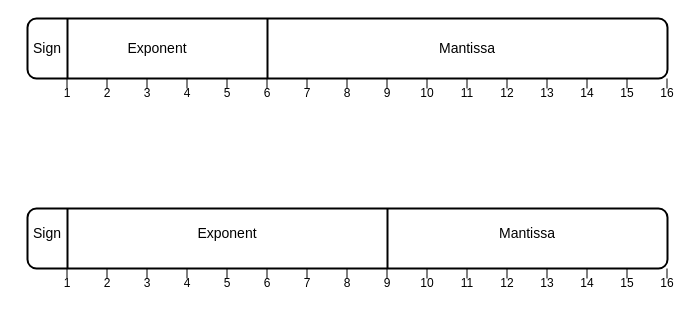
The draw.io diagram assets/float.drawio in data-niklas/master_thesis, before the edit. Source tidied: cells renumbered, new cells numbered last; positions are measured from the earlier drawing's top-left corner, leaving out a move shared by most shapes. Both pictures are drawn from the tidied source at 100%, with x=0, y=0 at pixel (17, 18).
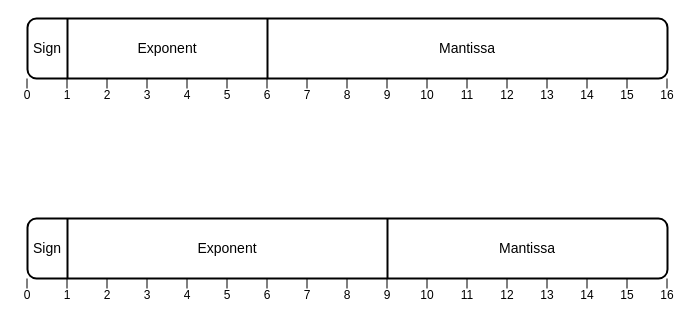
The same page after the edit.

What changed in the source:
```diff
@@
     <mxCell id="5" style="rounded=1;whiteSpace=wrap;html=1;fillColor=default;strokeWidth=2;" parent="1" vertex="1">
-      <mxGeometry x="10" y="190" width="640" height="60" as="geometry" />
+      <mxGeometry x="10" y="200" width="640" height="60" as="geometry" />
     </mxCell>
     <mxCell id="6" style="endArrow=none;html=1;rounded=0;strokeWidth=2;" parent="1" edge="1">
       <mxGeometry relative="1" as="geometry">
-        <mxPoint x="50" y="250" as="sourcePoint" />
-        <mxPoint x="50" y="190" as="targetPoint" />
+        <mxPoint x="50" y="260" as="sourcePoint" />
+        <mxPoint x="50" y="200" as="targetPoint" />
       </mxGeometry>
     </mxCell>
     <mxCell id="7" style="endArrow=none;html=1;rounded=0;strokeWidth=2;" parent="1" edge="1">
       <mxGeometry relative="1" as="geometry">
-        <mxPoint x="370" y="250" as="sourcePoint" />
-        <mxPoint x="370" y="190" as="targetPoint" />
+        <mxPoint x="370" y="260" as="sourcePoint" />
+        <mxPoint x="370" y="200" as="targetPoint" />
       </mxGeometry>
     </mxCell>
-    <mxCell id="8" value="1" style="text;html=1;align=center;verticalAlign=middle;whiteSpace=wrap;rounded=0;" parent="1" vertex="1">
+    <mxCell id="8" value="1" style="text;html=1;align=center;verticalAlign=middle;whiteSpace=wrap;rounded=0;spacingTop=3;" parent="1" vertex="1">
       <mxGeometry x="40" y="60" width="20" height="30" as="geometry" />
     </mxCell>
@@
-    <mxCell id="10" value="2" style="text;html=1;align=center;verticalAlign=middle;whiteSpace=wrap;rounded=0;" parent="1" vertex="1">
+    <mxCell id="10" value="2" style="text;html=1;align=center;verticalAlign=middle;whiteSpace=wrap;rounded=0;spacingTop=3;" parent="1" vertex="1">
       <mxGeometry x="80" y="60" width="20" height="30" as="geometry" />
     </mxCell>
@@
-    <mxCell id="12" value="3" style="text;html=1;align=center;verticalAlign=middle;whiteSpace=wrap;rounded=0;" parent="1" vertex="1">
+    <mxCell id="12" value="3" style="text;html=1;align=center;verticalAlign=middle;whiteSpace=wrap;rounded=0;spacingTop=3;" parent="1" vertex="1">
       <mxGeometry x="120" y="60" width="20" height="30" as="geometry" />
     </mxCell>
@@
-    <mxCell id="14" value="4" style="text;html=1;align=center;verticalAlign=middle;whiteSpace=wrap;rounded=0;" parent="1" vertex="1">
+    <mxCell id="14" value="4" style="text;html=1;align=center;verticalAlign=middle;whiteSpace=wrap;rounded=0;spacingTop=3;" parent="1" vertex="1">
       <mxGeometry x="160" y="60" width="20" height="30" as="geometry" />
     </mxCell>
@@
-    <mxCell id="16" value="5" style="text;html=1;align=center;verticalAlign=middle;whiteSpace=wrap;rounded=0;" parent="1" vertex="1">
+    <mxCell id="16" value="5" style="text;html=1;align=center;verticalAlign=middle;whiteSpace=wrap;rounded=0;spacingTop=3;" parent="1" vertex="1">
       <mxGeometry x="200" y="60" width="20" height="30" as="geometry" />
     </mxCell>
@@
-    <mxCell id="18" value="6" style="text;html=1;align=center;verticalAlign=middle;whiteSpace=wrap;rounded=0;" parent="1" vertex="1">
+    <mxCell id="18" value="6" style="text;html=1;align=center;verticalAlign=middle;whiteSpace=wrap;rounded=0;spacingTop=3;" parent="1" vertex="1">
       <mxGeometry x="240" y="60" width="20" height="30" as="geometry" />
     </mxCell>
@@
-    <mxCell id="20" value="7" style="text;html=1;align=center;verticalAlign=middle;whiteSpace=wrap;rounded=0;" parent="1" vertex="1">
+    <mxCell id="20" value="7" style="text;html=1;align=center;verticalAlign=middle;whiteSpace=wrap;rounded=0;spacingTop=3;" parent="1" vertex="1">
       <mxGeometry x="280" y="60" width="20" height="30" as="geometry" />
     </mxCell>
@@
-    <mxCell id="22" value="8" style="text;html=1;align=center;verticalAlign=middle;whiteSpace=wrap;rounded=0;" parent="1" vertex="1">
+    <mxCell id="22" value="8" style="text;html=1;align=center;verticalAlign=middle;whiteSpace=wrap;rounded=0;spacingTop=3;" parent="1" vertex="1">
       <mxGeometry x="320" y="60" width="20" height="30" as="geometry" />
     </mxCell>
@@
-    <mxCell id="24" value="9" style="text;html=1;align=center;verticalAlign=middle;whiteSpace=wrap;rounded=0;" parent="1" vertex="1">
+    <mxCell id="24" value="9" style="text;html=1;align=center;verticalAlign=middle;whiteSpace=wrap;rounded=0;spacingTop=3;" parent="1" vertex="1">
       <mxGeometry x="360" y="60" width="20" height="30" as="geometry" />
     </mxCell>
@@
-    <mxCell id="26" value="10" style="text;html=1;align=center;verticalAlign=middle;whiteSpace=wrap;rounded=0;" parent="1" vertex="1">
+    <mxCell id="26" value="10" style="text;html=1;align=center;verticalAlign=middle;whiteSpace=wrap;rounded=0;spacingTop=3;" parent="1" vertex="1">
       <mxGeometry x="400" y="60" width="20" height="30" as="geometry" />
     </mxCell>
@@
-    <mxCell id="28" value="11" style="text;html=1;align=center;verticalAlign=middle;whiteSpace=wrap;rounded=0;" parent="1" vertex="1">
+    <mxCell id="28" value="11" style="text;html=1;align=center;verticalAlign=middle;whiteSpace=wrap;rounded=0;spacingTop=3;" parent="1" vertex="1">
       <mxGeometry x="440" y="60" width="20" height="30" as="geometry" />
     </mxCell>
@@
-    <mxCell id="30" value="12" style="text;html=1;align=center;verticalAlign=middle;whiteSpace=wrap;rounded=0;" parent="1" vertex="1">
+    <mxCell id="30" value="12" style="text;html=1;align=center;verticalAlign=middle;whiteSpace=wrap;rounded=0;spacingTop=3;" parent="1" vertex="1">
       <mxGeometry x="480" y="60" width="20" height="30" as="geometry" />
     </mxCell>
@@
-    <mxCell id="32" value="13" style="text;html=1;align=center;verticalAlign=middle;whiteSpace=wrap;rounded=0;" parent="1" vertex="1">
+    <mxCell id="32" value="13" style="text;html=1;align=center;verticalAlign=middle;whiteSpace=wrap;rounded=0;spacingTop=3;" parent="1" vertex="1">
       <mxGeometry x="520" y="60" width="20" height="30" as="geometry" />
     </mxCell>
@@
-    <mxCell id="34" value="14" style="text;html=1;align=center;verticalAlign=middle;whiteSpace=wrap;rounded=0;" parent="1" vertex="1">
+    <mxCell id="34" value="14" style="text;html=1;align=center;verticalAlign=middle;whiteSpace=wrap;rounded=0;spacingTop=3;" parent="1" vertex="1">
       <mxGeometry x="560" y="60" width="20" height="30" as="geometry" />
     </mxCell>
@@
-    <mxCell id="36" value="15" style="text;html=1;align=center;verticalAlign=middle;whiteSpace=wrap;rounded=0;" parent="1" vertex="1">
+    <mxCell id="36" value="15" style="text;html=1;align=center;verticalAlign=middle;whiteSpace=wrap;rounded=0;spacingTop=3;" parent="1" vertex="1">
       <mxGeometry x="600" y="60" width="20" height="30" as="geometry" />
     </mxCell>
@@
-    <mxCell id="38" value="16" style="text;html=1;align=center;verticalAlign=middle;whiteSpace=wrap;rounded=0;" parent="1" vertex="1">
+    <mxCell id="38" value="16" style="text;html=1;align=center;verticalAlign=middle;whiteSpace=wrap;rounded=0;spacingTop=3;" parent="1" vertex="1">
       <mxGeometry x="640" y="60" width="20" height="30" as="geometry" />
     </mxCell>
@@
-    <mxCell id="40" value="1" style="text;html=1;align=center;verticalAlign=middle;whiteSpace=wrap;rounded=0;" parent="1" vertex="1">
-      <mxGeometry x="40" y="250" width="20" height="30" as="geometry" />
+    <mxCell id="40" value="1" style="text;html=1;align=center;verticalAlign=middle;whiteSpace=wrap;rounded=0;spacingTop=3;" parent="1" vertex="1">
+      <mxGeometry x="40" y="260" width="20" height="30" as="geometry" />
     </mxCell>
     <mxCell id="41" style="endArrow=none;html=1;rounded=0;strokeWidth=1;" parent="1" edge="1">
       <mxGeometry relative="1" as="geometry">
-        <mxPoint x="49.5" y="260" as="sourcePoint" />
-        <mxPoint x="49.5" y="250" as="targetPoint" />
+        <mxPoint x="49.5" y="270" as="sourcePoint" />
+        <mxPoint x="49.5" y="260" as="targetPoint" />
       </mxGeometry>
     </mxCell>
-    <mxCell id="42" value="2" style="text;html=1;align=center;verticalAlign=middle;whiteSpace=wrap;rounded=0;" parent="1" vertex="1">
-      <mxGeometry x="80" y="250" width="20" height="30" as="geometry" />
+    <mxCell id="42" value="2" style="text;html=1;align=center;verticalAlign=middle;whiteSpace=wrap;rounded=0;spacingTop=3;" parent="1" vertex="1">
+      <mxGeometry x="80" y="260" width="20" height="30" as="geometry" />
     </mxCell>
     <mxCell id="43" style="endArrow=none;html=1;rounded=0;strokeWidth=1;" parent="1" edge="1">
       <mxGeometry relative="1" as="geometry">
-        <mxPoint x="89.5" y="260" as="sourcePoint" />
-        <mxPoint x="89.5" y="250" as="targetPoint" />
+        <mxPoint x="89.5" y="270" as="sourcePoint" />
+        <mxPoint x="89.5" y="260" as="targetPoint" />
       </mxGeometry>
     </mxCell>
-    <mxCell id="44" value="3" style="text;html=1;align=center;verticalAlign=middle;whiteSpace=wrap;rounded=0;" parent="1" vertex="1">
-      <mxGeometry x="120" y="250" width="20" height="30" as="geometry" />
+    <mxCell id="44" value="3" style="text;html=1;align=center;verticalAlign=middle;whiteSpace=wrap;rounded=0;spacingTop=3;" parent="1" vertex="1">
+      <mxGeometry x="120" y="260" width="20" height="30" as="geometry" />
     </mxCell>
     <mxCell id="45" style="endArrow=none;html=1;rounded=0;strokeWidth=1;" parent="1" edge="1">
       <mxGeometry relative="1" as="geometry">
-        <mxPoint x="129.5" y="260" as="sourcePoint" />
-        <mxPoint x="129.5" y="250" as="targetPoint" />
+        <mxPoint x="129.5" y="270" as="sourcePoint" />
+        <mxPoint x="129.5" y="260" as="targetPoint" />
       </mxGeometry>
     </mxCell>
-    <mxCell id="46" value="4" style="text;html=1;align=center;verticalAlign=middle;whiteSpace=wrap;rounded=0;" parent="1" vertex="1">
-      <mxGeometry x="160" y="250" width="20" height="30" as="geometry" />
+    <mxCell id="46" value="4" style="text;html=1;align=center;verticalAlign=middle;whiteSpace=wrap;rounded=0;spacingTop=3;" parent="1" vertex="1">
+      <mxGeometry x="160" y="260" width="20" height="30" as="geometry" />
     </mxCell>
     <mxCell id="47" style="endArrow=none;html=1;rounded=0;strokeWidth=1;" parent="1" edge="1">
       <mxGeometry relative="1" as="geometry">
-        <mxPoint x="169.5" y="260" as="sourcePoint" />
-        <mxPoint x="169.5" y="250" as="targetPoint" />
+        <mxPoint x="169.5" y="270" as="sourcePoint" />
+        <mxPoint x="169.5" y="260" as="targetPoint" />
       </mxGeometry>
     </mxCell>
-    <mxCell id="48" value="5" style="text;html=1;align=center;verticalAlign=middle;whiteSpace=wrap;rounded=0;" parent="1" vertex="1">
-      <mxGeometry x="200" y="250" width="20" height="30" as="geometry" />
+    <mxCell id="48" value="5" style="text;html=1;align=center;verticalAlign=middle;whiteSpace=wrap;rounded=0;spacingTop=3;" parent="1" vertex="1">
+      <mxGeometry x="200" y="260" width="20" height="30" as="geometry" />
     </mxCell>
     <mxCell id="49" style="endArrow=none;html=1;rounded=0;strokeWidth=1;" parent="1" edge="1">
       <mxGeometry relative="1" as="geometry">
-        <mxPoint x="209.5" y="260" as="sourcePoint" />
-        <mxPoint x="209.5" y="250" as="targetPoint" />
+        <mxPoint x="209.5" y="270" as="sourcePoint" />
+        <mxPoint x="209.5" y="260" as="targetPoint" />
       </mxGeometry>
     </mxCell>
-    <mxCell id="50" value="6" style="text;html=1;align=center;verticalAlign=middle;whiteSpace=wrap;rounded=0;" parent="1" vertex="1">
-      <mxGeometry x="240" y="250" width="20" height="30" as="geometry" />
+    <mxCell id="50" value="6" style="text;html=1;align=center;verticalAlign=middle;whiteSpace=wrap;rounded=0;spacingTop=3;" parent="1" vertex="1">
+      <mxGeometry x="240" y="260" width="20" height="30" as="geometry" />
     </mxCell>
     <mxCell id="51" style="endArrow=none;html=1;rounded=0;strokeWidth=1;" parent="1" edge="1">
       <mxGeometry relative="1" as="geometry">
-        <mxPoint x="249.5" y="260" as="sourcePoint" />
-        <mxPoint x="249.5" y="250" as="targetPoint" />
+        <mxPoint x="249.5" y="270" as="sourcePoint" />
+        <mxPoint x="249.5" y="260" as="targetPoint" />
       </mxGeometry>
     </mxCell>
-    <mxCell id="52" value="7" style="text;html=1;align=center;verticalAlign=middle;whiteSpace=wrap;rounded=0;" parent="1" vertex="1">
-      <mxGeometry x="280" y="250" width="20" height="30" as="geometry" />
+    <mxCell id="52" value="7" style="text;html=1;align=center;verticalAlign=middle;whiteSpace=wrap;rounded=0;spacingTop=3;" parent="1" vertex="1">
+      <mxGeometry x="280" y="260" width="20" height="30" as="geometry" />
     </mxCell>
     <mxCell id="53" style="endArrow=none;html=1;rounded=0;strokeWidth=1;" parent="1" edge="1">
       <mxGeometry relative="1" as="geometry">
-        <mxPoint x="289.5" y="260" as="sourcePoint" />
-        <mxPoint x="289.5" y="250" as="targetPoint" />
+        <mxPoint x="289.5" y="270" as="sourcePoint" />
+        <mxPoint x="289.5" y="260" as="targetPoint" />
       </mxGeometry>
     </mxCell>
-    <mxCell id="54" value="8" style="text;html=1;align=center;verticalAlign=middle;whiteSpace=wrap;rounded=0;" parent="1" vertex="1">
-      <mxGeometry x="320" y="250" width="20" height="30" as="geometry" />
+    <mxCell id="54" value="8" style="text;html=1;align=center;verticalAlign=middle;whiteSpace=wrap;rounded=0;spacingTop=3;" parent="1" vertex="1">
+      <mxGeometry x="320" y="260" width="20" height="30" as="geometry" />
     </mxCell>
     <mxCell id="55" style="endArrow=none;html=1;rounded=0;strokeWidth=1;" parent="1" edge="1">
       <mxGeometry relative="1" as="geometry">
-        <mxPoint x="329.5" y="260" as="sourcePoint" />
-        <mxPoint x="329.5" y="250" as="targetPoint" />
+        <mxPoint x="329.5" y="270" as="sourcePoint" />
+        <mxPoint x="329.5" y="260" as="targetPoint" />
       </mxGeometry>
     </mxCell>
-    <mxCell id="56" value="9" style="text;html=1;align=center;verticalAlign=middle;whiteSpace=wrap;rounded=0;" parent="1" vertex="1">
-      <mxGeometry x="360" y="250" width="20" height="30" as="geometry" />
+    <mxCell id="56" value="9" style="text;html=1;align=center;verticalAlign=middle;whiteSpace=wrap;rounded=0;spacingTop=3;" parent="1" vertex="1">
+      <mxGeometry x="360" y="260" width="20" height="30" as="geometry" />
     </mxCell>
     <mxCell id="57" style="endArrow=none;html=1;rounded=0;strokeWidth=1;" parent="1" edge="1">
       <mxGeometry relative="1" as="geometry">
-        <mxPoint x="369.5" y="260" as="sourcePoint" />
-        <mxPoint x="369.5" y="250" as="targetPoint" />
+        <mxPoint x="369.5" y="270" as="sourcePoint" />
+        <mxPoint x="369.5" y="260" as="targetPoint" />
       </mxGeometry>
     </mxCell>
-    <mxCell id="58" value="10" style="text;html=1;align=center;verticalAlign=middle;whiteSpace=wrap;rounded=0;" parent="1" vertex="1">
-      <mxGeometry x="400" y="250" width="20" height="30" as="geometry" />
+    <mxCell id="58" value="10" style="text;html=1;align=center;verticalAlign=middle;whiteSpace=wrap;rounded=0;spacingTop=3;" parent="1" vertex="1">
+      <mxGeometry x="400" y="260" width="20" height="30" as="geometry" />
     </mxCell>
     <mxCell id="59" style="endArrow=none;html=1;rounded=0;strokeWidth=1;" parent="1" edge="1">
       <mxGeometry relative="1" as="geometry">
-        <mxPoint x="409.5" y="260" as="sourcePoint" />
-        <mxPoint x="409.5" y="250" as="targetPoint" />
+        <mxPoint x="409.5" y="270" as="sourcePoint" />
+        <mxPoint x="409.5" y="260" as="targetPoint" />
       </mxGeometry>
     </mxCell>
-    <mxCell id="60" value="11" style="text;html=1;align=center;verticalAlign=middle;whiteSpace=wrap;rounded=0;" parent="1" vertex="1">
-      <mxGeometry x="440" y="250" width="20" height="30" as="geometry" />
+    <mxCell id="60" value="11" style="text;html=1;align=center;verticalAlign=middle;whiteSpace=wrap;rounded=0;spacingTop=3;" parent="1" vertex="1">
+      <mxGeometry x="440" y="260" width="20" height="30" as="geometry" />
     </mxCell>
     <mxCell id="61" style="endArrow=none;html=1;rounded=0;strokeWidth=1;" parent="1" edge="1">
       <mxGeometry relative="1" as="geometry">
-        <mxPoint x="449.5" y="260" as="sourcePoint" />
-        <mxPoint x="449.5" y="250" as="targetPoint" />
+        <mxPoint x="449.5" y="270" as="sourcePoint" />
+        <mxPoint x="449.5" y="260" as="targetPoint" />
       </mxGeometry>
     </mxCell>
-    <mxCell id="62" value="12" style="text;html=1;align=center;verticalAlign=middle;whiteSpace=wrap;rounded=0;" parent="1" vertex="1">
-      <mxGeometry x="480" y="250" width="20" height="30" as="geometry" />
+    <mxCell id="62" value="12" style="text;html=1;align=center;verticalAlign=middle;whiteSpace=wrap;rounded=0;spacingTop=3;" parent="1" vertex="1">
+      <mxGeometry x="480" y="260" width="20" height="30" as="geometry" />
     </mxCell>
     <mxCell id="63" style="endArrow=none;html=1;rounded=0;strokeWidth=1;" parent="1" edge="1">
       <mxGeometry relative="1" as="geometry">
-        <mxPoint x="489.5" y="260" as="sourcePoint" />
-        <mxPoint x="489.5" y="250" as="targetPoint" />
+        <mxPoint x="489.5" y="270" as="sourcePoint" />
+        <mxPoint x="489.5" y="260" as="targetPoint" />
       </mxGeometry>
     </mxCell>
-    <mxCell id="64" value="13" style="text;html=1;align=center;verticalAlign=middle;whiteSpace=wrap;rounded=0;" parent="1" vertex="1">
-      <mxGeometry x="520" y="250" width="20" height="30" as="geometry" />
+    <mxCell id="64" value="13" style="text;html=1;align=center;verticalAlign=middle;whiteSpace=wrap;rounded=0;spacingTop=3;" parent="1" vertex="1">
+      <mxGeometry x="520" y="260" width="20" height="30" as="geometry" />
     </mxCell>
     <mxCell id="65" style="endArrow=none;html=1;rounded=0;strokeWidth=1;" parent="1" edge="1">
       <mxGeometry relative="1" as="geometry">
-        <mxPoint x="529.5" y="260" as="sourcePoint" />
-        <mxPoint x="529.5" y="250" as="targetPoint" />
+        <mxPoint x="529.5" y="270" as="sourcePoint" />
+        <mxPoint x="529.5" y="260" as="targetPoint" />
       </mxGeometry>
     </mxCell>
-    <mxCell id="66" value="14" style="text;html=1;align=center;verticalAlign=middle;whiteSpace=wrap;rounded=0;" parent="1" vertex="1">
-      <mxGeometry x="560" y="250" width="20" height="30" as="geometry" />
+    <mxCell id="66" value="14" style="text;html=1;align=center;verticalAlign=middle;whiteSpace=wrap;rounded=0;spacingTop=3;" parent="1" vertex="1">
+      <mxGeometry x="560" y="260" width="20" height="30" as="geometry" />
     </mxCell>
     <mxCell id="67" style="endArrow=none;html=1;rounded=0;strokeWidth=1;" parent="1" edge="1">
       <mxGeometry relative="1" as="geometry">
-        <mxPoint x="569.5" y="260" as="sourcePoint" />
-        <mxPoint x="569.5" y="250" as="targetPoint" />
+        <mxPoint x="569.5" y="270" as="sourcePoint" />
+        <mxPoint x="569.5" y="260" as="targetPoint" />
       </mxGeometry>
     </mxCell>
-    <mxCell id="68" value="15" style="text;html=1;align=center;verticalAlign=middle;whiteSpace=wrap;rounded=0;" parent="1" vertex="1">
-      <mxGeometry x="600" y="250" width="20" height="30" as="geometry" />
+    <mxCell id="68" value="15" style="text;html=1;align=center;verticalAlign=middle;whiteSpace=wrap;rounded=0;spacingTop=3;" parent="1" vertex="1">
+      <mxGeometry x="600" y="260" width="20" height="30" as="geometry" />
     </mxCell>
     <mxCell id="69" style="endArrow=none;html=1;rounded=0;strokeWidth=1;" parent="1" edge="1">
       <mxGeometry relative="1" as="geometry">
-        <mxPoint x="609.5" y="260" as="sourcePoint" />
-        <mxPoint x="609.5" y="250" as="targetPoint" />
+        <mxPoint x="609.5" y="270" as="sourcePoint" />
+        <mxPoint x="609.5" y="260" as="targetPoint" />
       </mxGeometry>
     </mxCell>
-    <mxCell id="70" value="16" style="text;html=1;align=center;verticalAlign=middle;whiteSpace=wrap;rounded=0;" parent="1" vertex="1">
-      <mxGeometry x="640" y="250" width="20" height="30" as="geometry" />
+    <mxCell id="70" value="16" style="text;html=1;align=center;verticalAlign=middle;whiteSpace=wrap;rounded=0;spacingTop=3;" parent="1" vertex="1">
+      <mxGeometry x="640" y="260" width="20" height="30" as="geometry" />
     </mxCell>
     <mxCell id="71" style="endArrow=none;html=1;rounded=0;strokeWidth=1;" parent="1" edge="1">
       <mxGeometry relative="1" as="geometry">
-        <mxPoint x="649.5" y="260" as="sourcePoint" />
-        <mxPoint x="649.5" y="250" as="targetPoint" />
+        <mxPoint x="649.5" y="270" as="sourcePoint" />
+        <mxPoint x="649.5" y="260" as="targetPoint" />
       </mxGeometry>
     </mxCell>
     <mxCell id="72" value="Exponent" style="text;html=1;align=center;verticalAlign=middle;whiteSpace=wrap;rounded=0;fontSize=14;" parent="1" vertex="1">
-      <mxGeometry x="110" y="15" width="60" height="30" as="geometry" />
+      <mxGeometry x="120" y="15" width="60" height="30" as="geometry" />
     </mxCell>
@@
     <mxCell id="75" value="Exponent" style="text;html=1;align=center;verticalAlign=middle;whiteSpace=wrap;rounded=0;fontSize=14;" parent="1" vertex="1">
-      <mxGeometry x="180" y="200" width="60" height="30" as="geometry" />
+      <mxGeometry x="180" y="215" width="60" height="30" as="geometry" />
     </mxCell>
     <mxCell id="76" value="Mantissa" style="text;html=1;align=center;verticalAlign=middle;whiteSpace=wrap;rounded=0;fontSize=14;" parent="1" vertex="1">
-      <mxGeometry x="480" y="200" width="60" height="30" as="geometry" />
+      <mxGeometry x="480" y="215" width="60" height="30" as="geometry" />
     </mxCell>
     <mxCell id="77" value="Sign" style="text;html=1;align=center;verticalAlign=middle;whiteSpace=wrap;rounded=0;fontSize=14;" parent="1" vertex="1">
-      <mxGeometry y="200" width="60" height="30" as="geometry" />
+      <mxGeometry y="215" width="60" height="30" as="geometry" />
     </mxCell>
+    <mxCell id="78" value="0" style="text;html=1;align=center;verticalAlign=middle;whiteSpace=wrap;rounded=0;spacingTop=3;" parent="1" vertex="1">
+      <mxGeometry y="60" width="20" height="30" as="geometry" />
+    </mxCell>
+    <mxCell id="79" style="endArrow=none;html=1;rounded=0;strokeWidth=1;" parent="1" edge="1">
+      <mxGeometry relative="1" as="geometry">
+        <mxPoint x="9.5" y="70" as="sourcePoint" />
+        <mxPoint x="9.5" y="60" as="targetPoint" />
+      </mxGeometry>
+    </mxCell>
+    <mxCell id="80" value="0" style="text;html=1;align=center;verticalAlign=middle;whiteSpace=wrap;rounded=0;spacingTop=3;" parent="1" vertex="1">
+      <mxGeometry y="260" width="20" height="30" as="geometry" />
+    </mxCell>
+    <mxCell id="81" style="endArrow=none;html=1;rounded=0;strokeWidth=1;" parent="1" edge="1">
+      <mxGeometry relative="1" as="geometry">
+        <mxPoint x="9.5" y="270" as="sourcePoint" />
+        <mxPoint x="9.5" y="260" as="targetPoint" />
+      </mxGeometry>
+    </mxCell>
```
